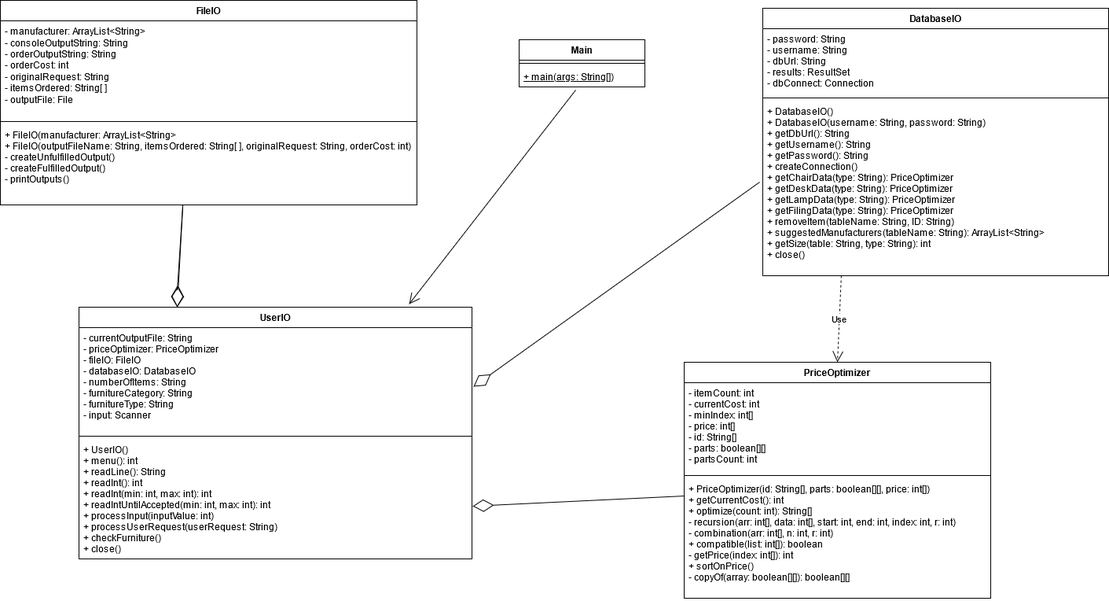
brooke-k/ensf409-project-group22 keeps this draw.io diagram as ENSF 409 Project Group 22 UML Diagram.png. Above is the earlier version. Source tidied: cells renumbered, new cells last; positions are measured from the earlier drawing's top-left corner, leaving out a move shared by most shapes.
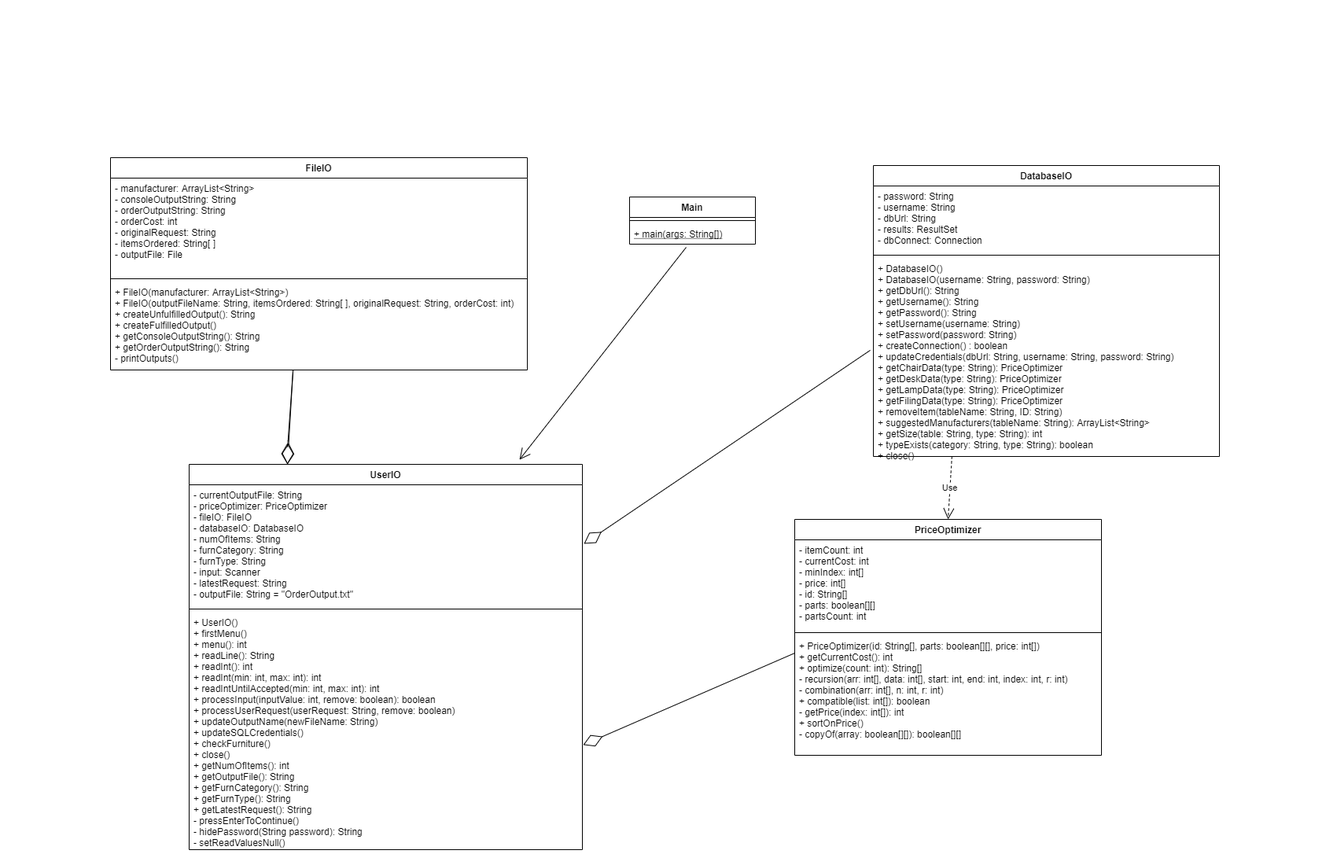
After the change.

Commit message:
Updated the UML diagram to current progress.

Diff of the diagram source:
```diff
@@ -3,19 +3,19 @@
     <mxCell id="0" />
     <mxCell id="1" parent="0" />
     <mxCell id="2" value="UserIO" style="swimlane;fontStyle=1;align=center;verticalAlign=top;horizontal=1;startSize=26;" parent="1" vertex="1">
-      <mxGeometry x="100" y="390" width="500" height="320" as="geometry" />
+      <mxGeometry x="100" y="390" width="500" height="490" as="geometry" />
     </mxCell>
-    <mxCell id="3" value="- currentOutputFile: String&#10;- priceOptimizer: PriceOptimizer&#10;- fileIO: FileIO&#10;- databaseIO: DatabaseIO&#10;- numberOfItems: String&#10;- furnitureCategory: String&#10;- furnitureType: String&#10;- input: Scanner&#10;" style="text;strokeColor=none;fillColor=none;align=left;verticalAlign=top;spacingLeft=4;spacingRight=4;overflow=hidden;" parent="2" vertex="1">
-      <mxGeometry y="26" width="500" height="134" as="geometry" />
+    <mxCell id="3" value="- currentOutputFile: String&#10;- priceOptimizer: PriceOptimizer&#10;- fileIO: FileIO&#10;- databaseIO: DatabaseIO&#10;- numOfItems: String&#10;- furnCategory: String&#10;- furnType: String&#10;- input: Scanner&#10;- latestRequest: String&#10;- outputFile: String = &quot;OrderOutput.txt&quot;&#10;" style="text;strokeColor=none;fillColor=none;align=left;verticalAlign=top;spacingLeft=4;spacingRight=4;overflow=hidden;" parent="2" vertex="1">
+      <mxGeometry y="26" width="500" height="154" as="geometry" />
     </mxCell>
     <mxCell id="4" style="line;strokeWidth=1;fillColor=none;align=left;verticalAlign=middle;spacingTop=-1;spacingLeft=3;spacingRight=3;labelPosition=right;" parent="2" vertex="1">
-      <mxGeometry y="160" width="500" height="8" as="geometry" />
+      <mxGeometry y="180" width="500" height="8" as="geometry" />
     </mxCell>
-    <mxCell id="5" value="+ UserIO()&#10;+ menu(): int&#10;+ readLine(): String&#10;+ readInt(): int&#10;+ readInt(min: int, max: int): int&#10;+ readIntUntilAccepted(min: int, max: int): int&#10;+ processInput(inputValue: int)&#10;+ processUserRequest(userRequest: String)&#10;+ checkFurniture()&#10;+ close()&#10;" style="text;strokeColor=none;fillColor=none;align=left;verticalAlign=top;spacingLeft=4;spacingRight=4;overflow=hidden;points=[[0,0.5],[1,0.5]];portConstraint=eastwest;" parent="2" vertex="1">
-      <mxGeometry y="168" width="500" height="152" as="geometry" />
+    <mxCell id="5" value="+ UserIO()&#10;+ firstMenu()&#10;+ menu(): int&#10;+ readLine(): String&#10;+ readInt(): int&#10;+ readInt(min: int, max: int): int&#10;+ readIntUntilAccepted(min: int, max: int): int&#10;+ processInput(inputValue: int, remove: boolean): boolean&#10;+ processUserRequest(userRequest: String, remove: boolean)&#10;+ updateOutputName(newFileName: String)&#10;+ updateSQLCredentials()&#10;+ checkFurniture()&#10;+ close()&#10;+ getNumOfItems(): int&#10;+ getOutputFile(): String&#10;+ getFurnCategory(): String&#10;+ getFurnType(): String&#10;+ getLatestRequest(): String&#10;- pressEnterToContinue()&#10;- hidePassword(String password): String&#10;- setReadValuesNull()&#10;&#10;" style="text;strokeColor=none;fillColor=none;align=left;verticalAlign=top;spacingLeft=4;spacingRight=4;overflow=hidden;points=[[0,0.5],[1,0.5]];portConstraint=eastwest;" parent="2" vertex="1">
+      <mxGeometry y="188" width="500" height="302" as="geometry" />
     </mxCell>
     <mxCell id="6" value="DatabaseIO" style="swimlane;fontStyle=1;align=center;verticalAlign=top;horizontal=1;startSize=26;" parent="1" vertex="1">
-      <mxGeometry x="970" y="10" width="440" height="340" as="geometry" />
+      <mxGeometry x="970" y="10" width="440" height="370" as="geometry" />
     </mxCell>
     <mxCell id="7" value="- password: String&#10;- username: String&#10;- dbUrl: String&#10;- results: ResultSet&#10;- dbConnect: Connection&#10;" style="text;strokeColor=none;fillColor=none;align=left;verticalAlign=top;spacingLeft=4;spacingRight=4;overflow=hidden;" parent="6" vertex="1">
       <mxGeometry y="26" width="440" height="84" as="geometry" />
@@ -23,11 +23,11 @@
     <mxCell id="8" style="line;strokeWidth=1;fillColor=none;align=left;verticalAlign=middle;spacingTop=-1;spacingLeft=3;spacingRight=3;labelPosition=right;" parent="6" vertex="1">
       <mxGeometry y="110" width="440" height="8" as="geometry" />
     </mxCell>
-    <mxCell id="9" value="+ DatabaseIO()&#10;+ DatabaseIO(username: String, password: String)&#10;+ getDbUrl(): String&#10;+ getUsername(): String&#10;+ getPassword(): String&#10;+ createConnection()&#10;+ getChairData(type: String): PriceOptimizer&#10;+  getDeskData(type: String): PriceOptimizer&#10;+  getLampData(type: String): PriceOptimizer&#10;+  getFilingData(type: String): PriceOptimizer&#10;+ removeItem(tableName: String, ID: String)&#10;+ suggestedManufacturers(tableName: String): ArrayList&lt;String&gt;&#10;+ getSize(table: String, type: String): int&#10;+ close()&#10;" style="text;strokeColor=none;fillColor=none;align=left;verticalAlign=top;spacingLeft=4;spacingRight=4;overflow=hidden;points=[[0,0.5],[1,0.5]];portConstraint=eastwest;" parent="6" vertex="1">
-      <mxGeometry y="118" width="440" height="222" as="geometry" />
+    <mxCell id="9" value="+ DatabaseIO()&#10;+ DatabaseIO(username: String, password: String)&#10;+ getDbUrl(): String&#10;+ getUsername(): String&#10;+ getPassword(): String&#10;+ setUsername(username: String)&#10;+ setPassword(password: String)&#10;+ createConnection() : boolean&#10;+ updateCredentials(dbUrl: String, username: String, password: String)&#10;+ getChairData(type: String): PriceOptimizer&#10;+  getDeskData(type: String): PriceOptimizer&#10;+  getLampData(type: String): PriceOptimizer&#10;+  getFilingData(type: String): PriceOptimizer&#10;+ removeItem(tableName: String, ID: String)&#10;+ suggestedManufacturers(tableName: String): ArrayList&lt;String&gt;&#10;+ getSize(table: String, type: String): int&#10;+ typeExists(category: String, type: String): boolean&#10;+ close()&#10;" style="text;strokeColor=none;fillColor=none;align=left;verticalAlign=top;spacingLeft=4;spacingRight=4;overflow=hidden;points=[[0,0.5],[1,0.5]];portConstraint=eastwest;" parent="6" vertex="1">
+      <mxGeometry y="118" width="440" height="252" as="geometry" />
     </mxCell>
     <mxCell id="10" value="FileIO" style="swimlane;fontStyle=1;align=center;verticalAlign=top;horizontal=1;startSize=26;" parent="1" vertex="1">
-      <mxGeometry width="530" height="260" as="geometry" />
+      <mxGeometry width="530" height="270" as="geometry" />
     </mxCell>
     <mxCell id="11" value="- manufacturer: ArrayList&amp;lt;String&amp;gt;&lt;br&gt;- consoleOutputString: String&lt;br&gt;- orderOutputString: String&lt;br&gt;- orderCost: int&lt;br&gt;- originalRequest: String&lt;br&gt;- itemsOrdered: String[ ]&lt;br&gt;- outputFile: File&lt;br&gt;&lt;br&gt;" style="text;strokeColor=none;fillColor=none;align=left;verticalAlign=top;spacingLeft=4;spacingRight=4;overflow=hidden;html=1;spacing=2;" parent="10" vertex="1">
       <mxGeometry y="26" width="530" height="124" as="geometry" />
@@ -35,8 +35,8 @@
     <mxCell id="12" style="line;strokeWidth=1;fillColor=none;align=left;verticalAlign=middle;spacingTop=-1;spacingLeft=3;spacingRight=3;labelPosition=right;" parent="10" vertex="1">
       <mxGeometry y="150" width="530" height="8" as="geometry" />
     </mxCell>
-    <mxCell id="13" value="+ FileIO(manufacturer: ArrayList&lt;String&gt;&#10;+ FileIO(outputFileName: String, itemsOrdered: String[ ], originalRequest: String, orderCost: int)&#10;- createUnfulfilledOutput()&#10;- createFulfilledOutput()&#10;- printOutputs()&#10;&#10;" style="text;strokeColor=none;fillColor=none;align=left;verticalAlign=top;spacingLeft=4;spacingRight=4;overflow=hidden;points=[[0,0.5],[1,0.5]];portConstraint=eastwest;" parent="10" vertex="1">
-      <mxGeometry y="158" width="530" height="102" as="geometry" />
+    <mxCell id="13" value="+ FileIO(manufacturer: ArrayList&lt;String&gt;)&#10;+ FileIO(outputFileName: String, itemsOrdered: String[ ], originalRequest: String, orderCost: int)&#10;+ createUnfulfilledOutput(): String&#10;+ createFulfilledOutput()&#10;+ getConsoleOutputString(): String&#10;+ getOrderOutputString(): String&#10;- printOutputs()&#10;&#10;" style="text;strokeColor=none;fillColor=none;align=left;verticalAlign=top;spacingLeft=4;spacingRight=4;overflow=hidden;points=[[0,0.5],[1,0.5]];portConstraint=eastwest;" parent="10" vertex="1">
+      <mxGeometry y="158" width="530" height="112" as="geometry" />
     </mxCell>
     <mxCell id="14" value="PriceOptimizer" style="swimlane;fontStyle=1;align=center;verticalAlign=top;horizontal=1;startSize=26;" parent="1" vertex="1">
       <mxGeometry x="870" y="460" width="390" height="300" as="geometry" />
```
